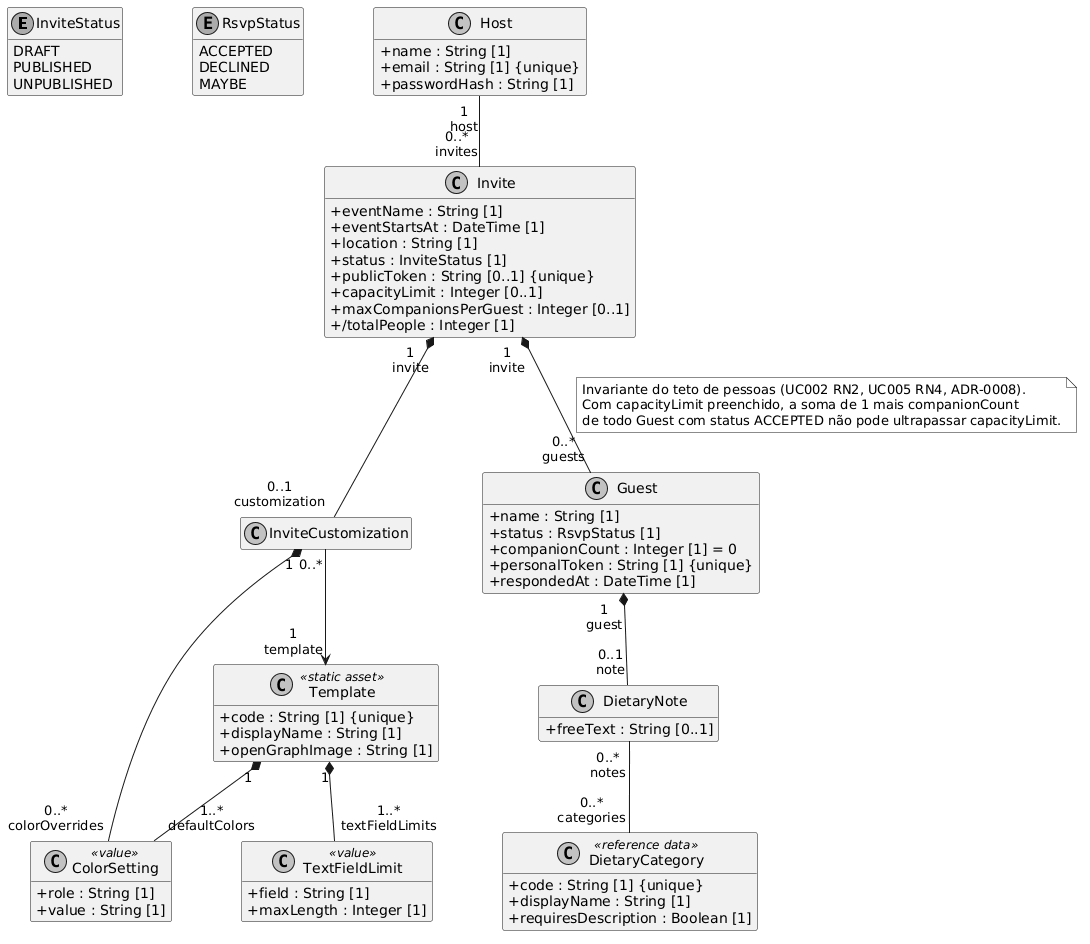
Above: docs/.attachments/diagrama-de-classes.png in tcpassos/invite-app (PlantUML), before the change.
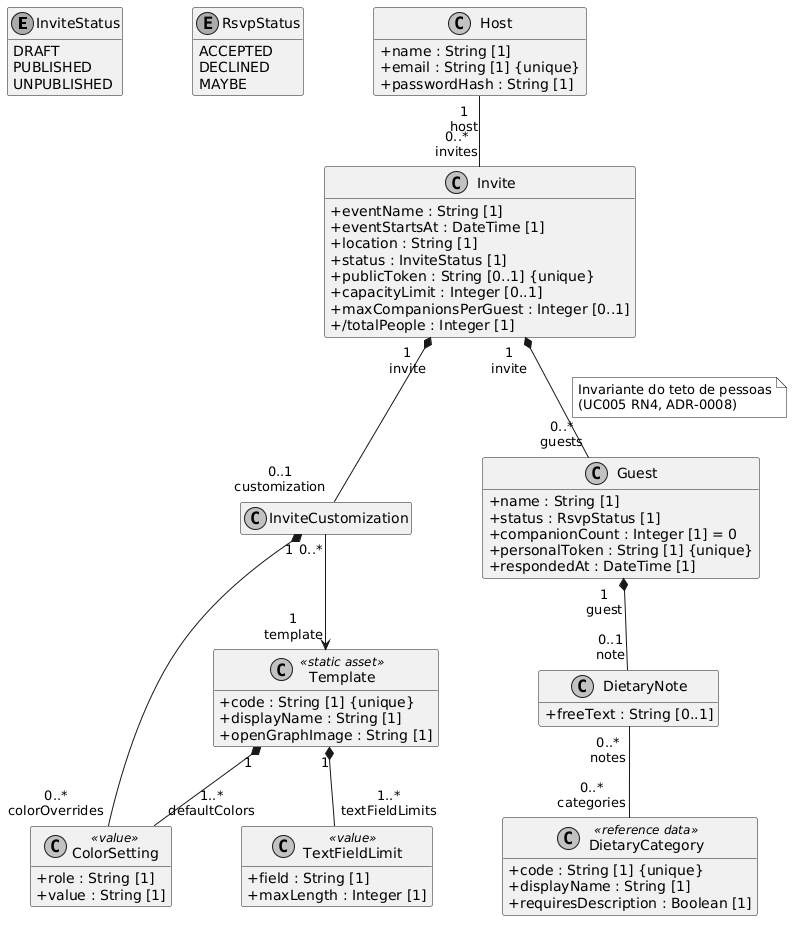
After the change.

Change to the diagram source:
```diff
@@ -87,9 +87,8 @@
 
 Invite "1\ninvite" *-- "0..*\nguests" Guest
 note on link
-  Invariante do teto de pessoas (UC002 RN2, UC005 RN4, ADR-0008).
-  Com capacityLimit preenchido, a soma de 1 mais companionCount
-  de todo Guest com status ACCEPTED não pode ultrapassar capacityLimit.
+  Invariante do teto de pessoas
+  (UC005 RN4, ADR-0008)
 end note
 
 Guest "1\nguest" *-- "0..1\nnote" DietaryNote
```
